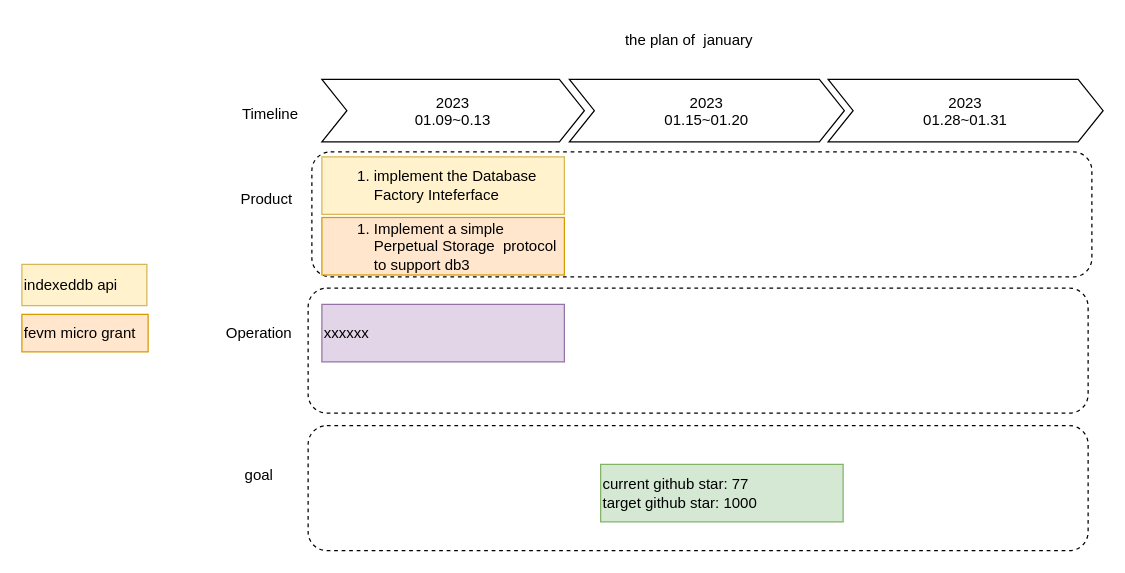
Earlier version of the draw.io diagram page "Page-1" (1 of 2) of db3_plan.drawio (dbpunk-labs/db3-design). Source tidied: cells renumbered, new cells numbered last; positions are measured from the earlier drawing's top-left corner, leaving out a move shared by most shapes. Both pictures are drawn from the tidied source at 125%, with x=0, y=0 at pixel (21, 21).
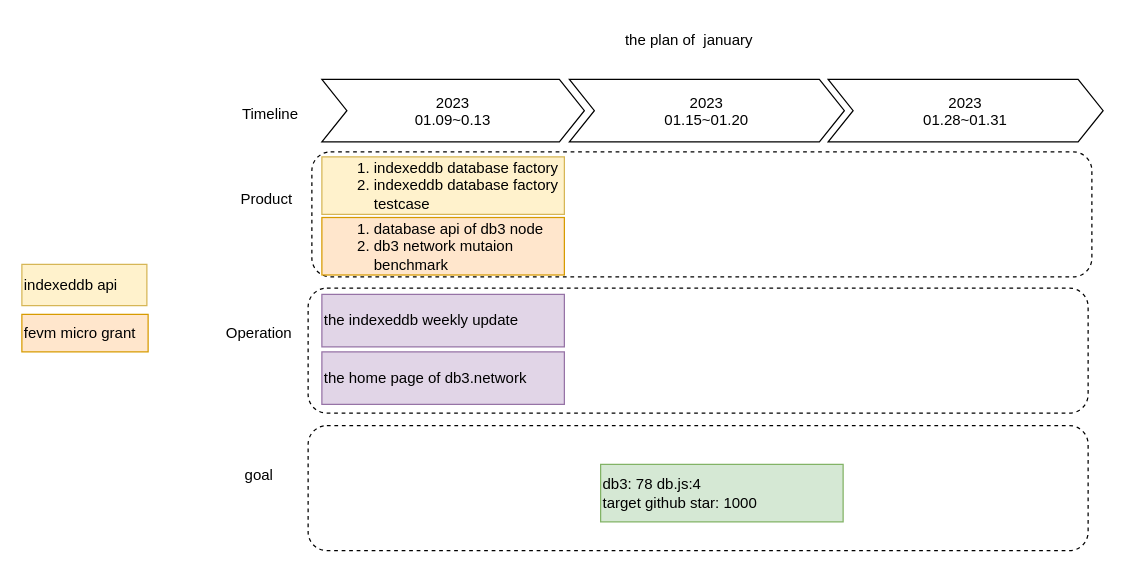
The same diagram, later.

Diff of the diagram source:
```diff
@@
 <mxGraphModel>
   <root>
     <mxCell id="0" />
     <mxCell id="1" parent="0" />
     <mxCell id="2" style="rounded=1;whiteSpace=wrap;html=1;dashed=1;" parent="1" vertex="1">
       <mxGeometry x="229" y="213" width="624" height="100" as="geometry" />
     </mxCell>
     <mxCell id="3" style="rounded=1;whiteSpace=wrap;html=1;dashed=1;" parent="1" vertex="1">
       <mxGeometry x="232" y="104" width="624" height="100" as="geometry" />
     </mxCell>
     <mxCell id="4" value="2023&#10;01.09~0.13" style="shape=step;perimeter=stepPerimeter;fixedSize=1;fontColor=#000000;" parent="1" vertex="1">
       <mxGeometry x="240" y="46" width="210" height="50" as="geometry" />
     </mxCell>
     <mxCell id="5" value="2023&#10;01.15~01.20" style="shape=step;perimeter=stepPerimeter;fixedSize=1;fontColor=#000000;" parent="1" vertex="1">
       <mxGeometry x="438" y="46" width="220" height="50" as="geometry" />
     </mxCell>
     <mxCell id="6" value="Timeline" style="text;html=1;strokeColor=none;fillColor=none;align=center;verticalAlign=middle;whiteSpace=wrap;rounded=0;dashed=1;" parent="1" vertex="1">
       <mxGeometry x="169" y="59" width="60" height="30" as="geometry" />
     </mxCell>
     <mxCell id="7" value="2023&#10;01.28~01.31" style="shape=step;perimeter=stepPerimeter;fixedSize=1;fontColor=#000000;" parent="1" vertex="1">
       <mxGeometry x="645" y="46" width="220" height="50" as="geometry" />
     </mxCell>
-    <mxCell id="8" value="&lt;ol style=&quot;border-color: var(--border-color);&quot;&gt;&lt;li style=&quot;border-color: var(--border-color);&quot;&gt;implement the Database Factory Inteferface&lt;/li&gt;&lt;/ol&gt;" style="rounded=0;whiteSpace=wrap;html=1;align=left;fillColor=#fff2cc;strokeColor=#d6b656;" parent="1" vertex="1">
+    <mxCell id="8" value="&lt;ol style=&quot;border-color: var(--border-color);&quot;&gt;&lt;li style=&quot;border-color: var(--border-color);&quot;&gt;indexeddb database factory&lt;/li&gt;&lt;li style=&quot;border-color: var(--border-color);&quot;&gt;indexeddb database factory testcase&lt;/li&gt;&lt;/ol&gt;" style="rounded=0;whiteSpace=wrap;html=1;align=left;fillColor=#fff2cc;strokeColor=#d6b656;" parent="1" vertex="1">
       <mxGeometry x="240" y="108" width="194" height="46" as="geometry" />
     </mxCell>
     <mxCell id="9" value="the plan of&amp;nbsp; january" style="text;html=1;strokeColor=none;fillColor=none;align=center;verticalAlign=middle;whiteSpace=wrap;rounded=0;" parent="1" vertex="1">
       <mxGeometry x="348" width="372" height="30" as="geometry" />
     </mxCell>
     <mxCell id="10" value="Product" style="text;html=1;strokeColor=none;fillColor=none;align=center;verticalAlign=middle;whiteSpace=wrap;rounded=0;dashed=1;" parent="1" vertex="1">
       <mxGeometry x="166" y="126.5" width="60" height="30" as="geometry" />
     </mxCell>
     <mxCell id="11" value="Operation" style="text;html=1;strokeColor=none;fillColor=none;align=center;verticalAlign=middle;whiteSpace=wrap;rounded=0;dashed=1;" parent="1" vertex="1">
       <mxGeometry x="160" y="234" width="60" height="30" as="geometry" />
     </mxCell>
     <mxCell id="12" value="indexeddb&amp;nbsp;api" style="rounded=0;whiteSpace=wrap;html=1;align=left;fillColor=#fff2cc;strokeColor=#d6b656;" parent="1" vertex="1">
       <mxGeometry y="194" width="100" height="33" as="geometry" />
     </mxCell>
-    <mxCell id="13" value="&lt;ol&gt;&lt;li&gt;Implement a simple Perpetual Storage&amp;nbsp; protocol to support db3&lt;/li&gt;&lt;/ol&gt;" style="rounded=0;whiteSpace=wrap;html=1;align=left;fillColor=#ffe6cc;strokeColor=#d79b00;" parent="1" vertex="1">
+    <mxCell id="13" value="&lt;ol&gt;&lt;li&gt;database api of db3 node&lt;/li&gt;&lt;li&gt;db3 network mutaion benchmark&lt;/li&gt;&lt;/ol&gt;" style="rounded=0;whiteSpace=wrap;html=1;align=left;fillColor=#ffe6cc;strokeColor=#d79b00;" parent="1" vertex="1">
       <mxGeometry x="240" y="156.5" width="194" height="46" as="geometry" />
     </mxCell>
     <mxCell id="14" value="fevm micro grant" style="rounded=0;whiteSpace=wrap;html=1;align=left;fillColor=#ffe6cc;strokeColor=#d79b00;" parent="1" vertex="1">
       <mxGeometry y="234" width="101" height="30" as="geometry" />
     </mxCell>
-    <mxCell id="15" value="&lt;div&gt;xxxxxx&lt;/div&gt;" style="rounded=0;whiteSpace=wrap;html=1;align=left;fillColor=#e1d5e7;strokeColor=#9673a6;" parent="1" vertex="1">
-      <mxGeometry x="240" y="226" width="194" height="46" as="geometry" />
+    <mxCell id="15" value="the indexeddb weekly update" style="rounded=0;whiteSpace=wrap;html=1;align=left;fillColor=#e1d5e7;strokeColor=#9673a6;" parent="1" vertex="1">
+      <mxGeometry x="240" y="218" width="194" height="42" as="geometry" />
     </mxCell>
     <mxCell id="16" value="goal" style="text;html=1;strokeColor=none;fillColor=none;align=center;verticalAlign=middle;whiteSpace=wrap;rounded=0;dashed=1;" parent="1" vertex="1">
       <mxGeometry x="160" y="348" width="60" height="30" as="geometry" />
     </mxCell>
     <mxCell id="17" style="rounded=1;whiteSpace=wrap;html=1;dashed=1;" parent="1" vertex="1">
       <mxGeometry x="229" y="323" width="624" height="100" as="geometry" />
     </mxCell>
-    <mxCell id="18" value="current github star: 77&lt;br&gt;target github star: 1000" style="rounded=0;whiteSpace=wrap;html=1;align=left;fillColor=#d5e8d4;strokeColor=#82b366;" parent="1" vertex="1">
+    <mxCell id="18" value="db3: 78 db.js:4&lt;br&gt;target github star: 1000" style="rounded=0;whiteSpace=wrap;html=1;align=left;fillColor=#d5e8d4;strokeColor=#82b366;" parent="1" vertex="1">
       <mxGeometry x="463" y="354" width="194" height="46" as="geometry" />
     </mxCell>
+    <mxCell id="19" value="the home page of db3.network" style="rounded=0;whiteSpace=wrap;html=1;align=left;fillColor=#e1d5e7;strokeColor=#9673a6;" parent="1" vertex="1">
+      <mxGeometry x="240" y="264" width="194" height="42" as="geometry" />
+    </mxCell>
   </root>
 </mxGraphModel>
```
